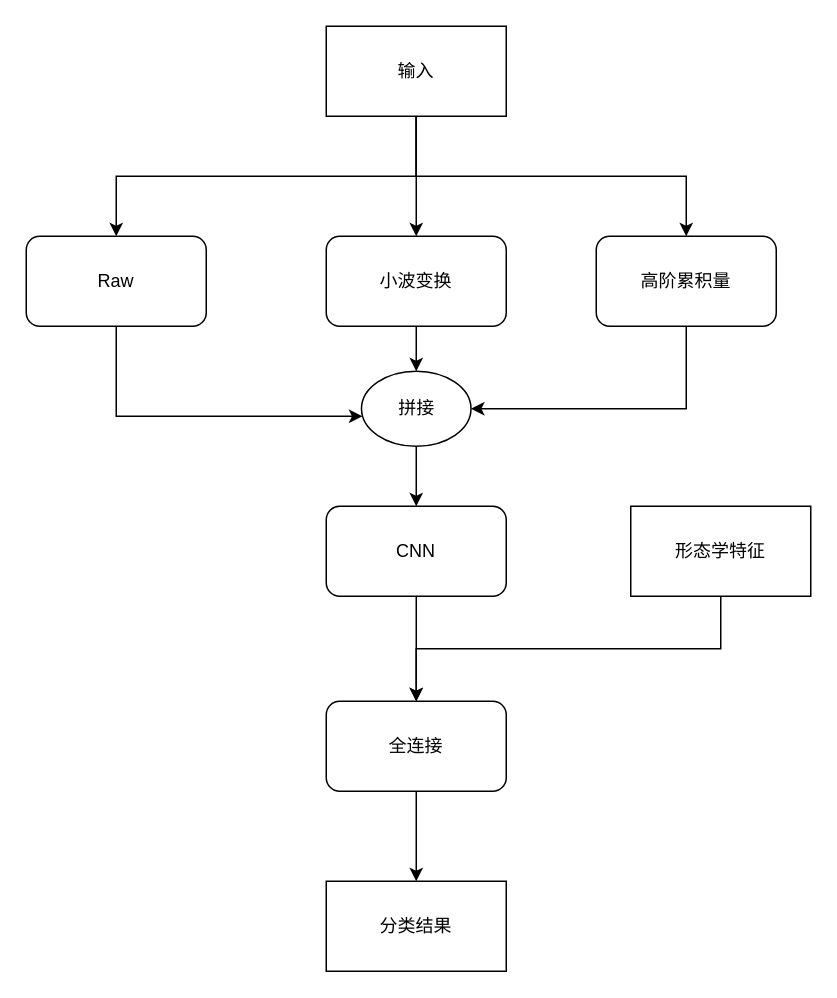
Before: multi-channel-model.drawio in WensonLuo/Drowio, a draw.io diagram. Source tidied: cells renumbered, new cells numbered last; positions are measured from the earlier drawing's top-left corner, leaving out a move shared by most shapes. Both pictures are drawn from the tidied source at 150%, with x=0, y=0 at pixel (26, 26).
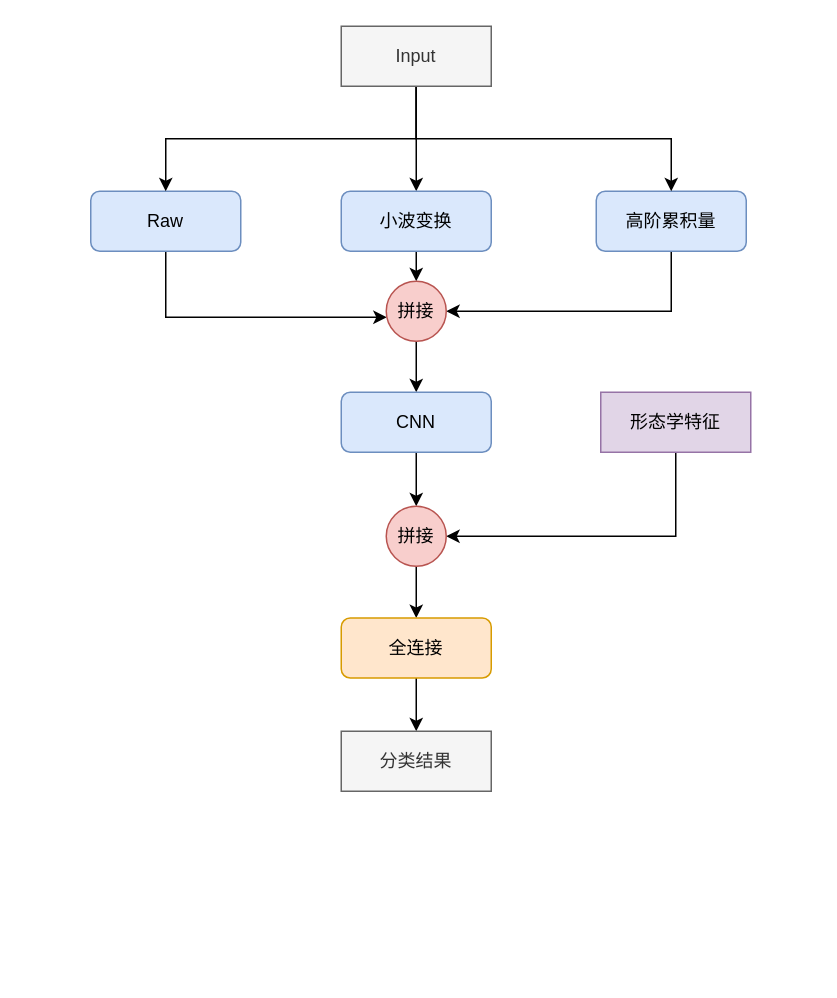
The same page after the edit.

Change to the diagram source:
```diff
@@
-    <mxCell id="3" value="Raw" style="rounded=1;whiteSpace=wrap;html=1;" parent="1" vertex="1">
-      <mxGeometry y="140" width="120" height="60" as="geometry" />
+    <mxCell id="3" value="Raw" style="rounded=1;whiteSpace=wrap;html=1;fillColor=#dae8fc;strokeColor=#6c8ebf;" parent="1" vertex="1">
+      <mxGeometry x="43" y="110" width="100" height="40" as="geometry" />
     </mxCell>
@@
-    <mxCell id="5" value="高阶累积量" style="rounded=1;whiteSpace=wrap;html=1;" parent="1" vertex="1">
-      <mxGeometry x="380" y="140" width="120" height="60" as="geometry" />
+    <mxCell id="5" value="高阶累积量" style="rounded=1;whiteSpace=wrap;html=1;fillColor=#dae8fc;strokeColor=#6c8ebf;" parent="1" vertex="1">
+      <mxGeometry x="380" y="110" width="100" height="40" as="geometry" />
     </mxCell>
@@
+    <mxCell id="8" style="edgeStyle=orthogonalEdgeStyle;rounded=0;jettySize=auto;html=1;exitX=0.5;exitY=1;exitDx=0;exitDy=0;entryX=0.5;entryY=0;entryDx=0;entryDy=0;" parent="1" edge="1" source="9" target="11">
+      <mxGeometry relative="1" as="geometry" />
+    </mxCell>
-    <mxCell id="7" style="edgeStyle=orthogonalEdgeStyle;rounded=0;jettySize=auto;html=1;exitX=0.5;exitY=1;exitDx=0;exitDy=0;entryX=0.5;entryY=0;entryDx=0;entryDy=0;" parent="1" edge="1" source="9" target="5">
-      <mxGeometry relative="1" as="geometry">
-        <Array as="points">
-          <mxPoint x="260" y="100" />
-          <mxPoint x="440" y="100" />
-        </Array>
-      </mxGeometry>
+    <mxCell id="7" style="edgeStyle=orthogonalEdgeStyle;rounded=0;jettySize=auto;html=1;exitX=0.5;exitY=1;exitDx=0;exitDy=0;" parent="1" edge="1" source="9" target="5">
+      <mxGeometry relative="1" as="geometry" />
     </mxCell>
-    <mxCell id="8" style="edgeStyle=orthogonalEdgeStyle;rounded=0;jettySize=auto;html=1;exitX=0.5;exitY=1;exitDx=0;exitDy=0;entryX=0.5;entryY=0;entryDx=0;entryDy=0;" parent="1" edge="1" source="9" target="11">
-      <mxGeometry relative="1" as="geometry" />
-    </mxCell>
-    <mxCell id="9" value="输入" style="rounded=0;whiteSpace=wrap;html=1;gradientColor=none;" parent="1" vertex="1">
-      <mxGeometry x="200" width="120" height="60" as="geometry" />
+    <mxCell id="9" value="Input" style="rounded=0;whiteSpace=wrap;html=1;fillColor=#f5f5f5;strokeColor=#666666;fontColor=#333333;" parent="1" vertex="1">
+      <mxGeometry x="210" width="100" height="40" as="geometry" />
     </mxCell>
@@
-    <mxCell id="11" value="小波变换" style="rounded=1;whiteSpace=wrap;html=1;" parent="1" vertex="1">
-      <mxGeometry x="200" y="140" width="120" height="60" as="geometry" />
+    <mxCell id="11" value="小波变换" style="rounded=1;whiteSpace=wrap;html=1;fillColor=#dae8fc;strokeColor=#6c8ebf;" parent="1" vertex="1">
+      <mxGeometry x="210" y="110" width="100" height="40" as="geometry" />
     </mxCell>
@@
-    <mxCell id="13" value="拼接" style="ellipse;whiteSpace=wrap;html=1;gradientColor=none;" parent="1" vertex="1">
-      <mxGeometry x="223.5" y="230" width="73" height="50" as="geometry" />
+    <mxCell id="13" value="拼接" style="ellipse;whiteSpace=wrap;html=1;fillColor=#f8cecc;strokeColor=#b85450;" parent="1" vertex="1">
+      <mxGeometry x="240" y="170" width="40" height="40" as="geometry" />
     </mxCell>
-    <mxCell id="14" style="edgeStyle=orthogonalEdgeStyle;rounded=0;jettySize=auto;html=1;exitX=0.5;exitY=1;exitDx=0;exitDy=0;entryX=0.5;entryY=0;entryDx=0;entryDy=0;" parent="1" edge="1" source="15" target="17">
+    <mxCell id="14" style="edgeStyle=orthogonalEdgeStyle;rounded=0;jettySize=auto;html=1;exitX=0.5;exitY=1;exitDx=0;exitDy=0;entryX=0.5;entryY=0;entryDx=0;entryDy=0;startArrow=none;" parent="1" edge="1" source="23" target="17">
       <mxGeometry relative="1" as="geometry" />
     </mxCell>
+    <mxCell id="21" style="edgeStyle=orthogonalEdgeStyle;rounded=0;jettySize=auto;html=1;exitX=0.5;exitY=1;exitDx=0;exitDy=0;entryX=0.5;entryY=0;entryDx=0;entryDy=0;" parent="1" edge="1" source="15" target="23">
+      <mxGeometry relative="1" as="geometry" />
+    </mxCell>
-    <mxCell id="15" value="CNN" style="rounded=1;whiteSpace=wrap;html=1;gradientColor=none;" parent="1" vertex="1">
-      <mxGeometry x="200" y="320" width="120" height="60" as="geometry" />
+    <mxCell id="15" value="CNN" style="rounded=1;whiteSpace=wrap;html=1;fillColor=#dae8fc;strokeColor=#6c8ebf;" parent="1" vertex="1">
+      <mxGeometry x="210" y="244" width="100" height="40" as="geometry" />
     </mxCell>
@@
-    <mxCell id="17" value="全连接" style="rounded=1;whiteSpace=wrap;html=1;gradientColor=none;" parent="1" vertex="1">
-      <mxGeometry x="200" y="450" width="120" height="60" as="geometry" />
+    <mxCell id="17" value="全连接" style="rounded=1;whiteSpace=wrap;html=1;fillColor=#ffe6cc;strokeColor=#d79b00;" parent="1" vertex="1">
+      <mxGeometry x="210" y="394.5" width="100" height="40" as="geometry" />
     </mxCell>
-    <mxCell id="18" style="edgeStyle=orthogonalEdgeStyle;rounded=0;jettySize=auto;html=1;exitX=0.5;exitY=1;exitDx=0;exitDy=0;entryX=0.5;entryY=0;entryDx=0;entryDy=0;" parent="1" edge="1" source="19" target="17">
-      <mxGeometry relative="1" as="geometry" />
-    </mxCell>
+    <mxCell id="22" style="edgeStyle=orthogonalEdgeStyle;rounded=0;jettySize=auto;html=1;exitX=0.5;exitY=1;exitDx=0;exitDy=0;entryX=1;entryY=0.5;entryDx=0;entryDy=0;" parent="1" edge="1" source="19" target="23">
+      <mxGeometry relative="1" as="geometry" />
+    </mxCell>
-    <mxCell id="19" value="形态学特征" style="rounded=0;whiteSpace=wrap;html=1;gradientColor=none;" parent="1" vertex="1">
-      <mxGeometry x="403" y="320" width="120" height="60" as="geometry" />
+    <mxCell id="19" value="形态学特征" style="rounded=0;whiteSpace=wrap;html=1;fillColor=#e1d5e7;strokeColor=#9673a6;" parent="1" vertex="1">
+      <mxGeometry x="383" y="244" width="100" height="40" as="geometry" />
     </mxCell>
-    <mxCell id="20" value="分类结果" style="rounded=0;whiteSpace=wrap;html=1;gradientColor=none;" parent="1" vertex="1">
-      <mxGeometry x="200" y="570" width="120" height="60" as="geometry" />
+    <mxCell id="20" value="分类结果" style="rounded=0;whiteSpace=wrap;html=1;fillColor=#f5f5f5;strokeColor=#666666;fontColor=#333333;" parent="1" vertex="1">
+      <mxGeometry x="210" y="470" width="100" height="40" as="geometry" />
     </mxCell>
+    <mxCell id="23" value="拼接" style="ellipse;whiteSpace=wrap;html=1;fillColor=#f8cecc;strokeColor=#b85450;" parent="1" vertex="1">
+      <mxGeometry x="240" y="320" width="40" height="40" as="geometry" />
+    </mxCell>
```
